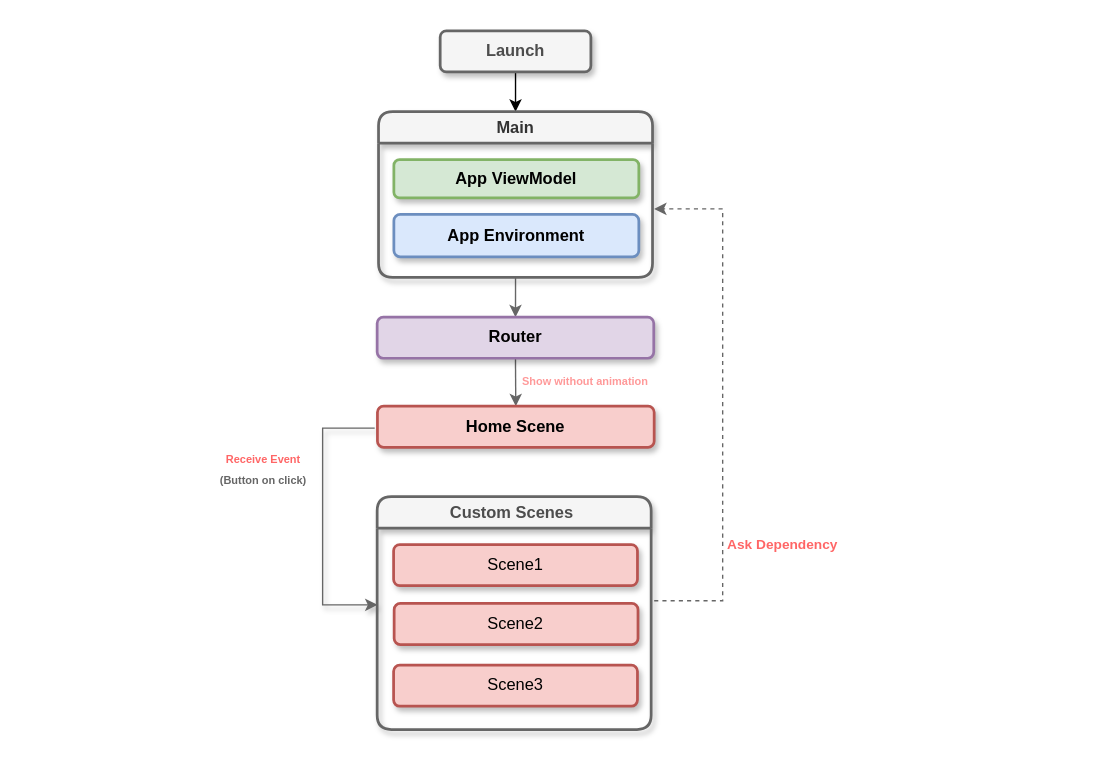
This is page "AppFlow" (1 of 4) of AppFlow.drawio from Drbingbing/AppFlow, a draw.io file, before an edit. Source tidied: cells renumbered, new cells numbered last; positions are measured from the earlier drawing's top-left corner, leaving out a move shared by most shapes. Both pictures are drawn from the tidied source at 137%, with x=0, y=0 at pixel (188, 30).
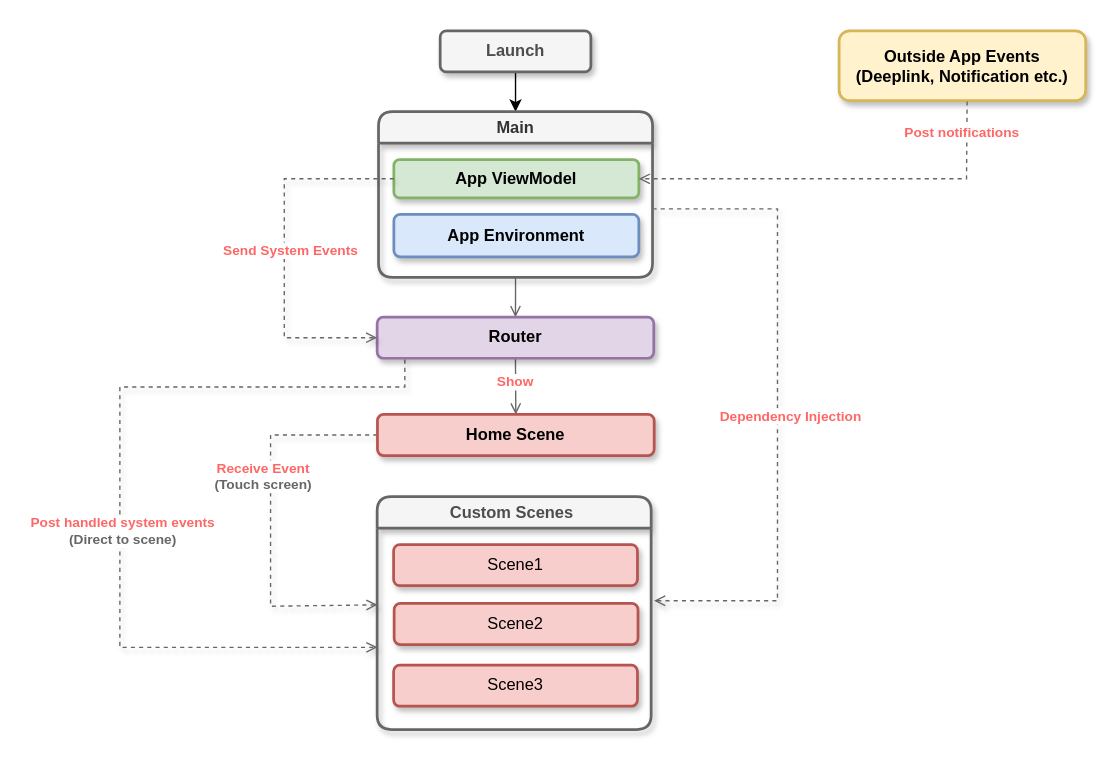
The same page after the edit.

Unchanged cells that the change refers to:
```xml
<mxCell id="6" value="Main" style="swimlane;whiteSpace=wrap;html=1;labelBorderColor=none;shadow=1;glass=0;rounded=1;strokeWidth=2;fillColor=#f5f5f5;fontColor=#333333;strokeColor=#666666;gradientColor=none;swimlaneLine=1;" parent="1" vertex="1">
  <mxGeometry x="138.8" y="59" width="200" height="121" as="geometry" />
</mxCell>
<mxCell id="7" value="&lt;b&gt;App ViewModel&lt;/b&gt;" style="rounded=1;whiteSpace=wrap;html=1;shadow=1;strokeColor=#82b366;strokeWidth=2;fontFamily=Helvetica;fontSize=12;fillColor=#d5e8d4;" parent="6" vertex="1">
  <mxGeometry x="11.2" y="35" width="178.8" height="28" as="geometry" />
</mxCell>
<mxCell id="10" value="&lt;b&gt;Router&lt;/b&gt;" style="rounded=1;whiteSpace=wrap;html=1;shadow=1;strokeColor=#9673a6;strokeWidth=2;fontFamily=Helvetica;fontSize=12;fillColor=#e1d5e7;" parent="1" vertex="1">
  <mxGeometry x="137.8" y="209" width="201.9" height="30" as="geometry" />
</mxCell>
```

What changed in the source:
```diff
@@
+    <mxCell id="18" style="endArrow=none;html=1;rounded=0;fontFamily=Helvetica;fontSize=12;fontColor=#4D4D4D;fillColor=#f5f5f5;strokeColor=#666666;dashed=1;shadow=1;endFill=0;startArrow=open;startFill=0;" parent="1" edge="1">
+      <mxGeometry relative="1" as="geometry">
+        <mxPoint x="340" y="416" as="sourcePoint" />
+        <mxPoint x="340" y="130" as="targetPoint" />
+        <Array as="points">
+          <mxPoint x="430" y="416" />
+          <mxPoint x="430" y="170" />
+          <mxPoint x="430" y="130" />
+          <mxPoint x="370" y="130" />
+        </Array>
+      </mxGeometry>
+    </mxCell>
+    <mxCell id="20" style="endArrow=open;html=1;rounded=0;fontFamily=Helvetica;fontSize=12;fontColor=#4D4D4D;dashed=1;fillColor=#f5f5f5;strokeColor=#666666;shadow=1;endFill=0;" parent="1" edge="1">
+      <mxGeometry relative="1" as="geometry">
+        <mxPoint x="158" y="240" as="sourcePoint" />
+        <mxPoint x="138" y="450" as="targetPoint" />
+        <Array as="points">
+          <mxPoint x="158" y="260" />
+          <mxPoint x="-50" y="260" />
+          <mxPoint x="-50" y="450" />
+        </Array>
+      </mxGeometry>
+    </mxCell>
-    <mxCell id="2" style="endArrow=classic;html=1;rounded=0;fontFamily=Helvetica;fontSize=12;fontColor=#4D4D4D;fillColor=#f5f5f5;strokeColor=#666666;shadow=1;" parent="1" edge="1">
+    <mxCell id="2" style="endArrow=open;html=1;rounded=0;fontFamily=Helvetica;fontSize=12;fontColor=#4D4D4D;fillColor=#f5f5f5;strokeColor=#666666;shadow=1;dashed=1;exitX=0;exitY=0.5;exitDx=0;exitDy=0;endFill=0;" parent="1" edge="1" source="11">
       <mxGeometry relative="1" as="geometry">
-        <mxPoint x="136" y="290" as="sourcePoint" />
         <mxPoint x="138" y="419" as="targetPoint" />
         <Array as="points">
-          <mxPoint x="98" y="290" />
-          <mxPoint x="98" y="419" />
+          <mxPoint x="60" y="295" />
+          <mxPoint x="60" y="420" />
         </Array>
       </mxGeometry>
     </mxCell>
@@
-    <mxCell id="5" style="edgeStyle=orthogonalEdgeStyle;rounded=0;jettySize=auto;html=1;entryX=0.5;entryY=0;entryDx=0;entryDy=0;fontFamily=Helvetica;fontSize=12;fontColor=#4D4D4D;startSize=23;strokeColor=#666666;" parent="1" edge="1" source="6" target="10">
+    <mxCell id="5" style="edgeStyle=orthogonalEdgeStyle;rounded=0;jettySize=auto;html=1;entryX=0.5;entryY=0;entryDx=0;entryDy=0;fontFamily=Helvetica;fontSize=12;fontColor=#4D4D4D;startSize=23;strokeColor=#666666;endArrow=open;endFill=0;" parent="1" edge="1" source="6" target="10">
       <mxGeometry relative="1" as="geometry" />
     </mxCell>
@@
-    <mxCell id="9" style="rounded=0;jettySize=auto;html=1;exitX=0.5;exitY=1;exitDx=0;exitDy=0;entryX=0.5;entryY=0;entryDx=0;entryDy=0;fontFamily=Helvetica;fontSize=12;fontColor=#4D4D4D;strokeWidth=1;strokeColor=#666666;" parent="1" edge="1" source="10" target="11">
+    <mxCell id="9" style="rounded=0;jettySize=auto;html=1;exitX=0.5;exitY=1;exitDx=0;exitDy=0;entryX=0.5;entryY=0;entryDx=0;entryDy=0;fontFamily=Helvetica;fontSize=12;fontColor=#4D4D4D;strokeWidth=1;strokeColor=#666666;endArrow=open;endFill=0;" parent="1" edge="1" source="10" target="11">
       <mxGeometry relative="1" as="geometry" />
     </mxCell>
@@
     <mxCell id="11" value="Home Scene" style="rounded=1;whiteSpace=wrap;html=1;shadow=1;strokeColor=#b85450;strokeWidth=2;fontFamily=Helvetica;fontSize=12;fillColor=#f8cecc;fontStyle=1;" parent="1" vertex="1">
-      <mxGeometry x="138" y="274" width="202" height="30" as="geometry" />
+      <mxGeometry x="138" y="280" width="202" height="30" as="geometry" />
     </mxCell>
-    <mxCell id="12" value="&lt;font style=&quot;font-size: 8px;&quot;&gt;Show without animation&lt;/font&gt;" style="text;html=1;strokeColor=none;fillColor=none;align=center;verticalAlign=middle;whiteSpace=wrap;rounded=0;fontSize=12;fontFamily=Helvetica;fontColor=#FF9999;fontStyle=1;" parent="1" vertex="1">
-      <mxGeometry x="240" y="250" width="100" height="10" as="geometry" />
+    <mxCell id="12" value="&lt;font color=&quot;#ff6666&quot; style=&quot;font-size: 10px;&quot;&gt;Show&lt;/font&gt;" style="text;html=1;strokeColor=none;fillColor=none;align=center;verticalAlign=middle;whiteSpace=wrap;rounded=0;fontSize=10;fontFamily=Helvetica;fontColor=#FF9999;fontStyle=1;labelBackgroundColor=default;" parent="1" vertex="1">
+      <mxGeometry x="223" y="246" width="32" height="20" as="geometry" />
     </mxCell>
@@
-    <mxCell id="17" value="&lt;font style=&quot;font-size: 8px;&quot;&gt;&lt;b style=&quot;&quot;&gt;&lt;font color=&quot;#ff6666&quot;&gt;Receive Event&lt;/font&gt;&lt;br&gt;&lt;font color=&quot;#666666&quot;&gt;(Button on click)&lt;/font&gt;&lt;br&gt;&lt;/b&gt;&lt;/font&gt;" style="text;html=1;strokeColor=none;fillColor=none;align=center;verticalAlign=middle;whiteSpace=wrap;rounded=0;fontSize=12;fontFamily=Helvetica;fontColor=#4D4D4D;" parent="1" vertex="1">
-      <mxGeometry y="304" width="110" height="30" as="geometry" />
+    <mxCell id="17" value="&lt;font style=&quot;font-size: 10px;&quot;&gt;&lt;b style=&quot;font-size: 10px;&quot;&gt;&lt;font style=&quot;font-size: 10px;&quot; color=&quot;#ff6666&quot;&gt;Receive Event&lt;/font&gt;&lt;br style=&quot;font-size: 10px;&quot;&gt;&lt;font style=&quot;font-size: 10px;&quot; color=&quot;#666666&quot;&gt;(Touch screen)&lt;/font&gt;&lt;br style=&quot;font-size: 10px;&quot;&gt;&lt;/b&gt;&lt;/font&gt;" style="text;html=1;strokeColor=none;fillColor=none;align=center;verticalAlign=middle;whiteSpace=wrap;rounded=0;fontSize=10;fontFamily=Helvetica;fontColor=#4D4D4D;labelBackgroundColor=default;" parent="1" vertex="1">
+      <mxGeometry y="310" width="110" height="30" as="geometry" />
     </mxCell>
-    <mxCell id="18" style="endArrow=classic;html=1;rounded=0;fontFamily=Helvetica;fontSize=12;fontColor=#4D4D4D;fillColor=#f5f5f5;strokeColor=#666666;dashed=1;" parent="1" edge="1">
-      <mxGeometry relative="1" as="geometry">
-        <mxPoint x="340" y="416" as="sourcePoint" />
-        <mxPoint x="340" y="130" as="targetPoint" />
-        <Array as="points">
-          <mxPoint x="390" y="416" />
-          <mxPoint x="390" y="136" />
-          <mxPoint x="390" y="130" />
-          <mxPoint x="370" y="130" />
-        </Array>
-      </mxGeometry>
-    </mxCell>
-    <mxCell id="19" value="&lt;font size=&quot;1&quot; color=&quot;#ff6666&quot; style=&quot;&quot;&gt;&lt;b style=&quot;&quot;&gt;Ask Dependency&lt;/b&gt;&lt;/font&gt;" style="text;html=1;align=center;verticalAlign=middle;whiteSpace=wrap;rounded=0;fontSize=12;fontFamily=Helvetica;" parent="1" vertex="1">
-      <mxGeometry x="384" y="360" width="100" height="30" as="geometry" />
+    <mxCell id="19" value="&lt;font color=&quot;#ff6666&quot; style=&quot;font-size: 10px;&quot;&gt;&lt;b style=&quot;font-size: 10px;&quot;&gt;Dependency Injection&lt;/b&gt;&lt;/font&gt;" style="text;html=1;align=center;verticalAlign=middle;whiteSpace=wrap;rounded=0;fontSize=10;fontFamily=Helvetica;labelBackgroundColor=default;" parent="1" vertex="1">
+      <mxGeometry x="380" y="266" width="120" height="30" as="geometry" />
     </mxCell>
+    <mxCell id="21" style="endArrow=open;html=1;rounded=0;fontFamily=Helvetica;fontSize=12;fontColor=#4D4D4D;dashed=1;fillColor=#f5f5f5;strokeColor=#666666;exitX=0;exitY=0.5;exitDx=0;exitDy=0;entryX=0;entryY=0.5;entryDx=0;entryDy=0;shadow=1;endFill=0;" parent="1" edge="1" source="7" target="10">
+      <mxGeometry relative="1" as="geometry">
+        <Array as="points">
+          <mxPoint x="70" y="108" />
+          <mxPoint x="70" y="160" />
+          <mxPoint x="70" y="224" />
+        </Array>
+      </mxGeometry>
+    </mxCell>
+    <mxCell id="22" value="&lt;b style=&quot;font-size: 10px;&quot;&gt;&lt;font style=&quot;font-size: 10px;&quot; color=&quot;#ff6666&quot;&gt;Send System Events&lt;/font&gt;&lt;/b&gt;" style="text;html=1;align=center;verticalAlign=middle;whiteSpace=wrap;rounded=0;fontSize=10;fontFamily=Helvetica;shadow=0;labelBackgroundColor=default;labelBorderColor=none;" parent="1" vertex="1">
+      <mxGeometry x="20" y="150" width="110" height="20" as="geometry" />
+    </mxCell>
+    <mxCell id="23" value="&lt;b style=&quot;font-size: 10px;&quot;&gt;&lt;font style=&quot;font-size: 10px;&quot;&gt;&lt;font color=&quot;#ff6666&quot;&gt;Post handled system events&lt;/font&gt;&lt;br&gt;&lt;font color=&quot;#666666&quot;&gt;(Direct to scene)&lt;/font&gt;&lt;br&gt;&lt;/font&gt;&lt;/b&gt;" style="text;html=1;strokeColor=none;fillColor=none;align=center;verticalAlign=middle;whiteSpace=wrap;rounded=0;fontSize=10;fontFamily=Helvetica;fontColor=#4D4D4D;labelBackgroundColor=default;" parent="1" vertex="1">
+      <mxGeometry x="-120" y="350" width="145" height="30" as="geometry" />
+    </mxCell>
+    <mxCell id="24" value="Outside App Events&lt;br&gt;(Deeplink, Notification etc.)" style="rounded=1;whiteSpace=wrap;html=1;shadow=1;strokeColor=#d6b656;strokeWidth=2;fontFamily=Helvetica;fontSize=12;fillColor=#fff2cc;fontStyle=1;" parent="1" vertex="1">
+      <mxGeometry x="475" width="180" height="51" as="geometry" />
+    </mxCell>
+    <mxCell id="25" style="endArrow=open;html=1;rounded=0;labelBackgroundColor=default;strokeColor=#666666;strokeWidth=1;fontFamily=Helvetica;fontSize=12;fontColor=#4D4D4D;shape=connector;entryX=1;entryY=0.5;entryDx=0;entryDy=0;dashed=1;endFill=0;exitX=0.519;exitY=1.01;exitDx=0;exitDy=0;exitPerimeter=0;" parent="1" edge="1" source="24" target="7">
+      <mxGeometry relative="1" as="geometry">
+        <Array as="points">
+          <mxPoint x="568" y="108" />
+        </Array>
+      </mxGeometry>
+    </mxCell>
+    <mxCell id="26" value="&lt;span style=&quot;font-size: 10px;&quot;&gt;&lt;font style=&quot;font-size: 10px;&quot;&gt;Post notifications&lt;/font&gt;&lt;/span&gt;" style="text;html=1;strokeColor=none;fillColor=none;align=center;verticalAlign=middle;whiteSpace=wrap;rounded=0;fontSize=10;fontFamily=Helvetica;fontColor=#FF6666;labelBackgroundColor=default;fontStyle=1;" parent="1" vertex="1">
+      <mxGeometry x="520" y="59" width="90" height="30" as="geometry" />
+    </mxCell>
```
